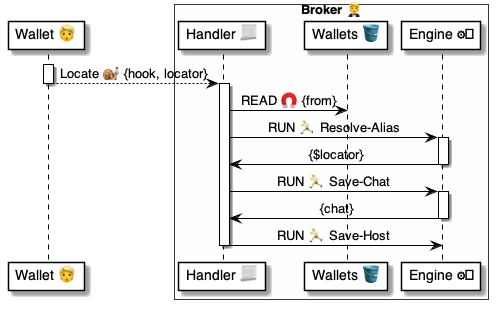
Earlier version of the PlantUML export 4 ⚙️ Solution/20 🧑‍🦰 UI/Brokers 🤵/🤵🅰️ Broker methods/Locators 🔆 Locate 🧑‍🦰🐌🤵/🤵 Locate ⚙️ uml.png (pollyweb-org/pollyweb-docs). Its source is kept beside it as 4 ⚙️ Solution/20 🧑‍🦰 UI/Brokers 🤵/🤵🅰️ Broker methods/Locators 🔆 Locate 🧑‍🦰🐌🤵/🤵 Locate ⚙️ uml.puml. The source it was exported from:
```plantuml
@startuml 👉 Printer NFC-QR check-in

participant "Wallet 👱" as wallet


box "Broker 🤵" #FFFFFA
    participant "Handler 📃" as broker
    participant "Wallets 🪣" as wallets
    participant "Engine ⚙️" as engine
end box



activate wallet
  wallet --> broker: Locate 🐌 {hook, locator}
deactivate wallet


activate broker

    broker -> wallets: READ 🧲 {from}

    broker -> engine: RUN 🏃 Resolve-Alias
    activate engine
        engine -> broker: {$locator}
    deactivate engine

    broker -> engine: RUN 🏃 Save-Chat
    activate engine
        engine -> broker: {chat}
    deactivate engine

    broker -> engine: RUN 🏃 Save-Host



deactivate broker


@enduml
```
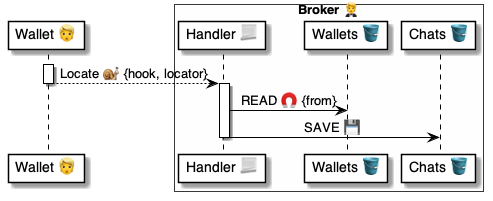
The same diagram one commit later.

Diff of the diagram source:
```diff
@@ -6,7 +6,7 @@
 box "Broker 🤵" #FFFFFA
     participant "Handler 📃" as broker
     participant "Wallets 🪣" as wallets
-    participant "Engine ⚙️" as engine
+    participant "Chats 🪣" as chats
 end box
 
 
@@ -19,20 +19,7 @@
 activate broker
 
     broker -> wallets: READ 🧲 {from}
-
-    broker -> engine: RUN 🏃 Resolve-Alias
-    activate engine
-        engine -> broker: {$locator}
-    deactivate engine
-
-    broker -> engine: RUN 🏃 Save-Chat
-    activate engine
-        engine -> broker: {chat}
-    deactivate engine
-
-    broker -> engine: RUN 🏃 Save-Host
-
-
+    broker -> chats: SAVE 💾
 
 deactivate broker
 
```
